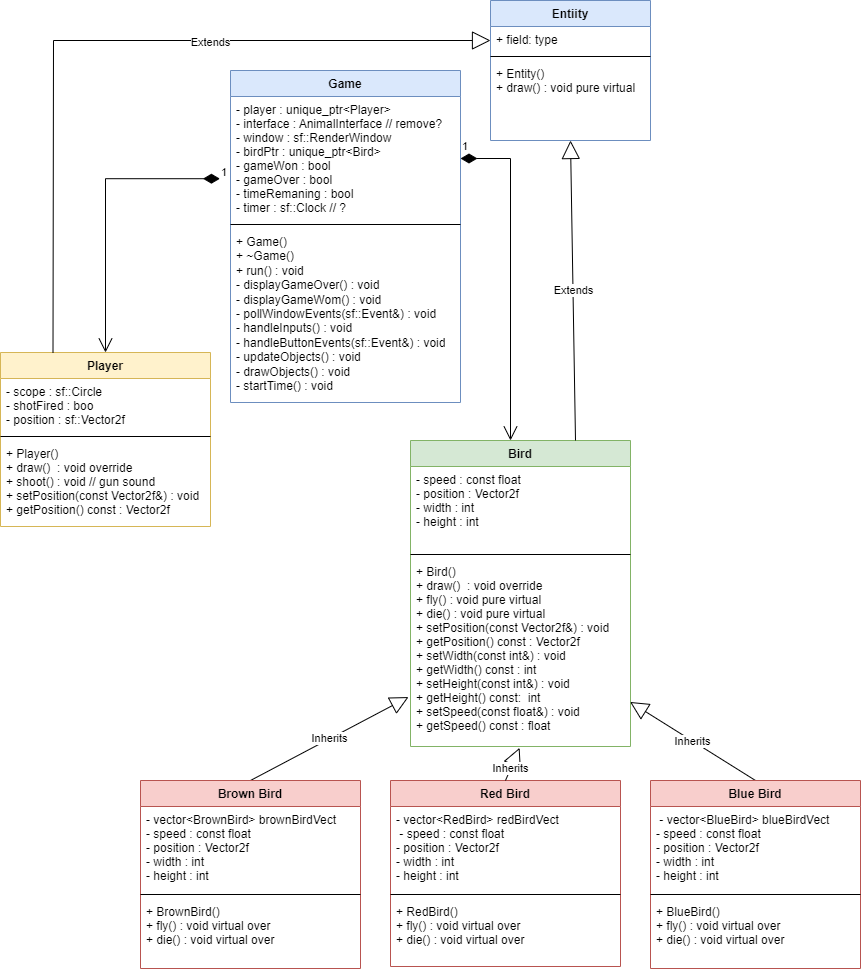
Above: UML/SpeedHunterUML.png in Jtog123/Birdy-Go-Bye-Bye (draw.io), before the change. Source tidied: cells renumbered, new cells last; positions are measured from the earlier drawing's top-left corner, leaving out a move shared by most shapes.
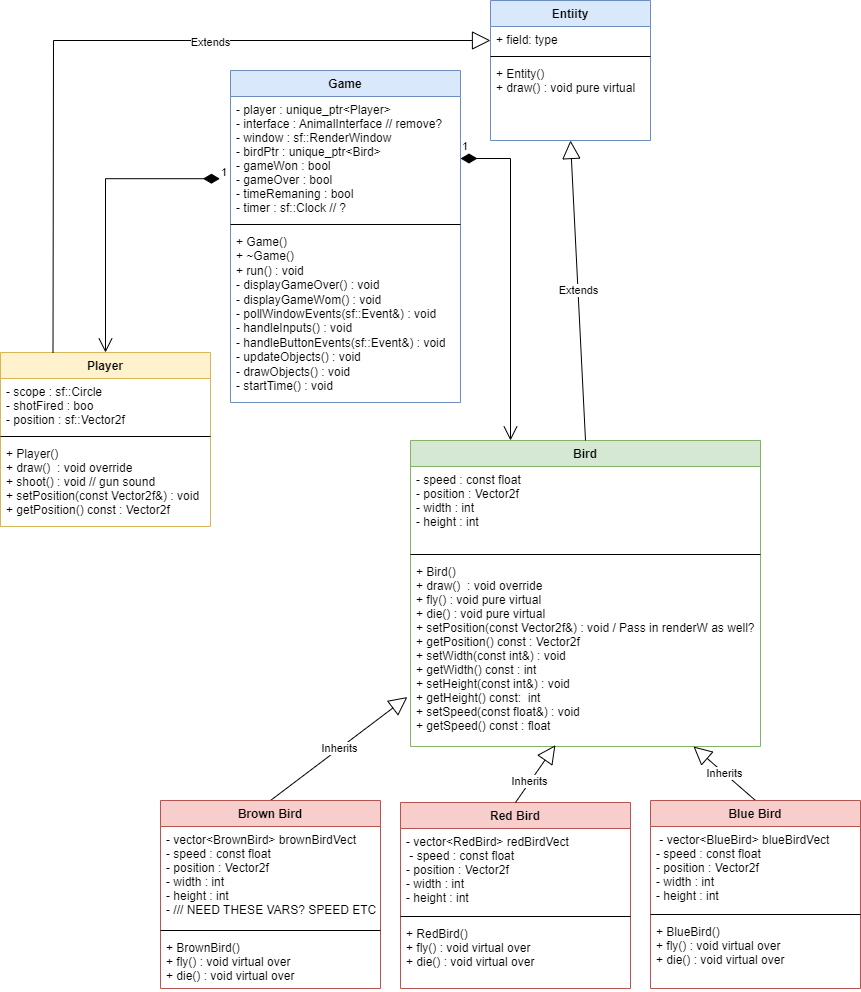
The same diagram one commit later.

What changed in the source:
```diff
@@ -3,19 +3,19 @@
     <mxCell id="0" />
     <mxCell id="1" parent="0" />
     <mxCell id="2" value="Bird" style="swimlane;fontStyle=1;align=center;verticalAlign=top;horizontal=1;startSize=26;fillColor=#d5e8d4;strokeColor=#82b366;" parent="1" vertex="1">
-      <mxGeometry x="410" y="440" width="220" height="306" as="geometry" />
+      <mxGeometry x="410" y="440" width="350" height="306" as="geometry" />
     </mxCell>
     <mxCell id="3" value="- speed : const float&#10;- position : Vector2f&#10;- width : int&#10;- height : int" style="text;strokeColor=none;fillColor=none;align=left;verticalAlign=top;spacingLeft=4;spacingRight=4;overflow=hidden;" parent="2" vertex="1">
-      <mxGeometry y="26" width="220" height="84" as="geometry" />
+      <mxGeometry y="26" width="350" height="84" as="geometry" />
     </mxCell>
     <mxCell id="4" style="line;strokeWidth=1;fillColor=none;align=left;verticalAlign=middle;spacingTop=-1;spacingLeft=3;spacingRight=3;labelPosition=right;" parent="2" vertex="1">
-      <mxGeometry y="110" width="220" height="8" as="geometry" />
+      <mxGeometry y="110" width="350" height="8" as="geometry" />
     </mxCell>
-    <mxCell id="5" value="+ Bird()&#10;+ draw()  : void override&#10;+ fly() : void pure virtual &#10;+ die() : void pure virtual&#10;+ setPosition(const Vector2f&amp;) : void&#10;+ getPosition() const : Vector2f&#10;+ setWidth(const int&amp;) : void&#10;+ getWidth() const : int&#10;+ setHeight(const int&amp;) : void&#10;+ getHeight() const:  int&#10;+ setSpeed(const float&amp;) : void&#10;+ getSpeed() const : float&#10;" style="text;strokeColor=none;fillColor=none;align=left;verticalAlign=top;spacingLeft=4;spacingRight=4;overflow=hidden;points=[[0,0.5],[1,0.5]];portConstraint=eastwest;" parent="2" vertex="1">
-      <mxGeometry y="118" width="220" height="188" as="geometry" />
+    <mxCell id="5" value="+ Bird()&#10;+ draw()  : void override&#10;+ fly() : void pure virtual &#10;+ die() : void pure virtual&#10;+ setPosition(const Vector2f&amp;) : void / Pass in renderW as well?&#10;+ getPosition() const : Vector2f&#10;+ setWidth(const int&amp;) : void&#10;+ getWidth() const : int&#10;+ setHeight(const int&amp;) : void&#10;+ getHeight() const:  int&#10;+ setSpeed(const float&amp;) : void&#10;+ getSpeed() const : float&#10;" style="text;strokeColor=none;fillColor=none;align=left;verticalAlign=top;spacingLeft=4;spacingRight=4;overflow=hidden;points=[[0,0.5],[1,0.5]];portConstraint=eastwest;" parent="2" vertex="1">
+      <mxGeometry y="118" width="350" height="188" as="geometry" />
     </mxCell>
     <mxCell id="6" value="Red Bird" style="swimlane;fontStyle=1;align=center;verticalAlign=top;horizontal=1;startSize=26;fillColor=#f8cecc;strokeColor=#b85450;" parent="1" vertex="1">
-      <mxGeometry x="390" y="780" width="230" height="186" as="geometry" />
+      <mxGeometry x="400" y="802" width="230" height="186" as="geometry" />
     </mxCell>
     <mxCell id="7" value="- vector&lt;RedBird&gt; redBirdVect&#10; - speed : const float&#10;- position : Vector2f&#10;- width : int&#10;- height : int&#10;" style="text;strokeColor=none;fillColor=none;align=left;verticalAlign=top;spacingLeft=4;spacingRight=4;overflow=hidden;" parent="6" vertex="1">
       <mxGeometry y="26" width="230" height="84" as="geometry" />
@@ -26,17 +26,17 @@
     <mxCell id="9" value="+ RedBird()&#10;+ fly() : void virtual over&#10;+ die() : void virtual over" style="text;strokeColor=none;fillColor=none;align=left;verticalAlign=top;spacingLeft=4;spacingRight=4;overflow=hidden;" parent="6" vertex="1">
       <mxGeometry y="118" width="230" height="68" as="geometry" />
     </mxCell>
-    <mxCell id="10" value="Inherits" style="endArrow=block;endSize=16;endFill=0;html=1;rounded=0;exitX=0.5;exitY=0;exitDx=0;exitDy=0;entryX=0.496;entryY=1.007;entryDx=0;entryDy=0;entryPerimeter=0;" parent="1" edge="1" source="6" target="5">
+    <mxCell id="10" value="Inherits" style="endArrow=block;endSize=16;endFill=0;html=1;rounded=0;exitX=0.5;exitY=0;exitDx=0;exitDy=0;entryX=0.414;entryY=0.993;entryDx=0;entryDy=0;entryPerimeter=0;" parent="1" edge="1" source="6" target="5">
       <mxGeometry x="-0.27" relative="1" as="geometry" />
     </mxCell>
     <mxCell id="11" value="Inherits" style="endArrow=block;endSize=16;endFill=0;html=1;rounded=0;exitX=0.5;exitY=0;exitDx=0;exitDy=0;entryX=-0.009;entryY=0.737;entryDx=0;entryDy=0;entryPerimeter=0;" parent="1" edge="1" source="17" target="5">
       <mxGeometry relative="1" as="geometry" />
     </mxCell>
-    <mxCell id="12" value="Inherits" style="endArrow=block;endSize=16;endFill=0;html=1;rounded=0;exitX=0.5;exitY=0;exitDx=0;exitDy=0;entryX=0.998;entryY=0.763;entryDx=0;entryDy=0;entryPerimeter=0;" parent="1" edge="1" source="13" target="5">
+    <mxCell id="12" value="Inherits" style="endArrow=block;endSize=16;endFill=0;html=1;rounded=0;exitX=0.5;exitY=0;exitDx=0;exitDy=0;" parent="1" edge="1" source="13" target="5">
       <mxGeometry relative="1" as="geometry" />
     </mxCell>
     <mxCell id="13" value="Blue Bird" style="swimlane;fontStyle=1;align=center;verticalAlign=top;horizontal=1;startSize=26;fillColor=#f8cecc;strokeColor=#b85450;" parent="1" vertex="1">
-      <mxGeometry x="650" y="780" width="210" height="188" as="geometry" />
+      <mxGeometry x="650" y="800" width="210" height="188" as="geometry" />
     </mxCell>
     <mxCell id="14" value=" - vector&lt;BlueBird&gt; blueBirdVect&#10;- speed : const float&#10;- position : Vector2f&#10;- width : int&#10;- height : int" style="text;strokeColor=none;fillColor=none;align=left;verticalAlign=top;spacingLeft=4;spacingRight=4;overflow=hidden;" parent="13" vertex="1">
       <mxGeometry y="26" width="210" height="84" as="geometry" />
@@ -48,16 +48,16 @@
       <mxGeometry y="118" width="210" height="70" as="geometry" />
     </mxCell>
     <mxCell id="17" value="Brown Bird" style="swimlane;fontStyle=1;align=center;verticalAlign=top;horizontal=1;startSize=26;fillColor=#f8cecc;strokeColor=#b85450;" parent="1" vertex="1">
-      <mxGeometry x="140" y="780" width="220" height="188" as="geometry" />
+      <mxGeometry x="160" y="800" width="220" height="188" as="geometry" />
     </mxCell>
-    <mxCell id="18" value="- vector&lt;BrownBird&gt; brownBirdVect&#10;- speed : const float&#10;- position : Vector2f&#10;- width : int&#10;- height : int" style="text;strokeColor=none;fillColor=none;align=left;verticalAlign=top;spacingLeft=4;spacingRight=4;overflow=hidden;" parent="17" vertex="1">
-      <mxGeometry y="26" width="220" height="84" as="geometry" />
+    <mxCell id="18" value="- vector&lt;BrownBird&gt; brownBirdVect&#10;- speed : const float&#10;- position : Vector2f&#10;- width : int&#10;- height : int&#10;- /// NEED THESE VARS? SPEED ETC" style="text;strokeColor=none;fillColor=none;align=left;verticalAlign=top;spacingLeft=4;spacingRight=4;overflow=hidden;" parent="17" vertex="1">
+      <mxGeometry y="26" width="220" height="100" as="geometry" />
     </mxCell>
     <mxCell id="19" style="line;strokeWidth=1;fillColor=none;align=left;verticalAlign=middle;spacingTop=-1;spacingLeft=3;spacingRight=3;labelPosition=right;" parent="17" vertex="1">
-      <mxGeometry y="110" width="220" height="8" as="geometry" />
+      <mxGeometry y="126" width="220" height="8" as="geometry" />
     </mxCell>
     <mxCell id="20" value="+ BrownBird()&#10;+ fly() : void virtual over&#10;+ die() : void virtual over" style="text;strokeColor=none;fillColor=none;align=left;verticalAlign=top;spacingLeft=4;spacingRight=4;overflow=hidden;" parent="17" vertex="1">
-      <mxGeometry y="118" width="220" height="70" as="geometry" />
+      <mxGeometry y="134" width="220" height="54" as="geometry" />
     </mxCell>
     <mxCell id="21" value="Player&#10;" style="swimlane;fontStyle=1;align=center;verticalAlign=top;horizontal=1;startSize=26;fillColor=#fff2cc;strokeColor=#d6b656;" parent="1" vertex="1">
       <mxGeometry y="352" width="210" height="174" as="geometry" />
@@ -103,7 +103,7 @@
     <mxCell id="34" value="+ Entity()&#10;+ draw() : void pure virtual" style="text;strokeColor=none;fillColor=none;align=left;verticalAlign=top;spacingLeft=4;spacingRight=4;overflow=hidden;" parent="31" vertex="1">
       <mxGeometry y="60" width="160" height="80" as="geometry" />
     </mxCell>
-    <mxCell id="35" value="Extends" style="endArrow=block;endSize=16;endFill=0;html=1;rounded=0;exitX=0.75;exitY=0;exitDx=0;exitDy=0;entryX=0.5;entryY=1;entryDx=0;entryDy=0;" parent="1" edge="1" source="2" target="31">
+    <mxCell id="35" value="Extends" style="endArrow=block;endSize=16;endFill=0;html=1;rounded=0;exitX=0.5;exitY=0;exitDx=0;exitDy=0;entryX=0.5;entryY=1;entryDx=0;entryDy=0;" parent="1" edge="1" source="2" target="31">
       <mxGeometry relative="1" as="geometry" />
     </mxCell>
     <mxCell id="36" value="Extends" style="endArrow=block;endSize=16;endFill=0;html=1;rounded=0;exitX=0.25;exitY=0;exitDx=0;exitDy=0;" parent="1" edge="1" source="21">
```
